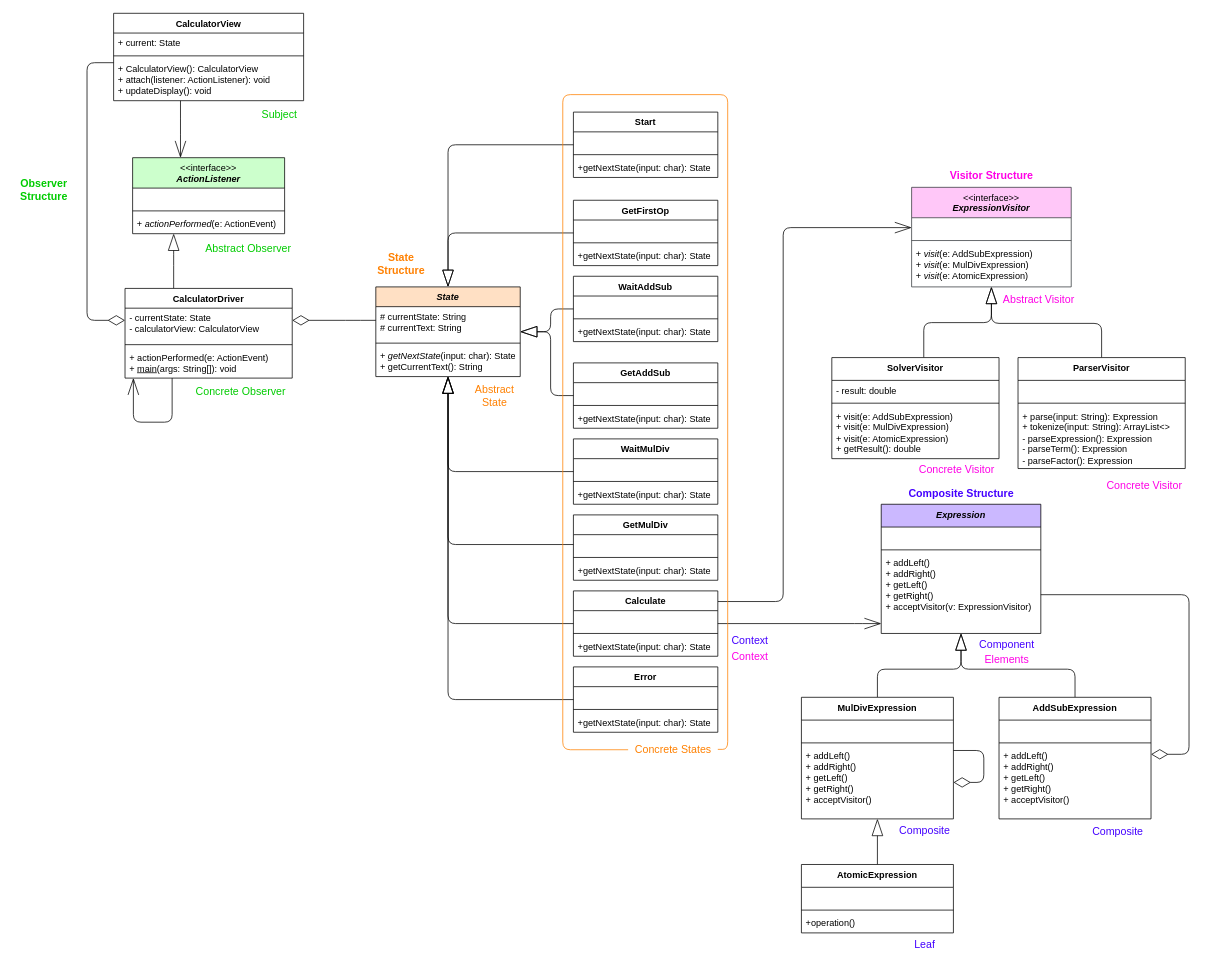
Above: Assignment 4/Calculator Class Diagram.drawio in slamjam02/SE311-Homeworks (draw.io), before the change. Source tidied: cells renumbered, new cells numbered last; positions are measured from the earlier drawing's top-left corner, leaving out a move shared by most shapes. Both pictures are drawn from the tidied source at 76%, with x=0, y=0 at pixel (13, 13).
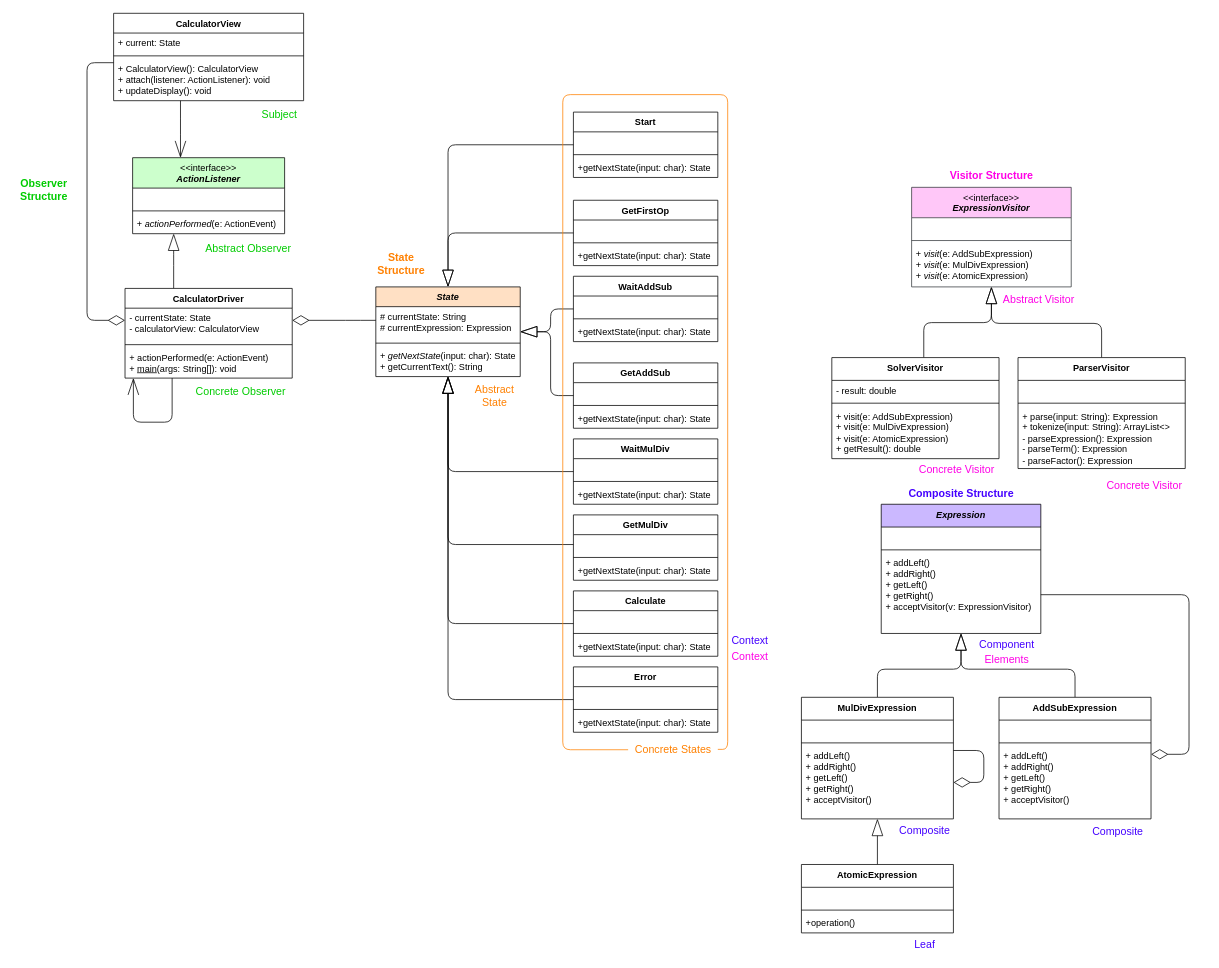
After the change.

The change refers to these unchanged cells:
```xml
<mxCell id="9" value="&lt;i&gt;State&lt;/i&gt;" style="swimlane;fontStyle=1;align=center;verticalAlign=top;horizontal=1;startSize=26;whiteSpace=wrap;html=1;fillColor=#FFE0C4;" parent="1" vertex="1">
  <mxGeometry x="477" y="360" width="190" height="118" as="geometry" />
</mxCell>
<mxCell id="45" value="Calculate" style="swimlane;fontStyle=1;align=center;verticalAlign=top;horizontal=1;startSize=26;whiteSpace=wrap;html=1;" parent="1" vertex="1">
  <mxGeometry x="737" y="760" width="190" height="86" as="geometry" />
</mxCell>
<mxCell id="65" value="&lt;span style=&quot;font-weight: normal;&quot;&gt;&amp;lt;&amp;lt;interface&amp;gt;&amp;gt;&lt;br&gt;&lt;/span&gt;&lt;i&gt;ExpressionVisitor&lt;/i&gt;" style="swimlane;fontStyle=1;align=center;verticalAlign=top;horizontal=1;startSize=40;whiteSpace=wrap;html=1;fillColor=#FFC7F8;strokeColor=#36393d;" parent="1" vertex="1">
  <mxGeometry x="1182" y="229" width="210" height="131" as="geometry" />
</mxCell>
<mxCell id="70" value="&lt;i&gt;Expression&lt;/i&gt;" style="swimlane;fontStyle=1;align=center;verticalAlign=top;horizontal=1;startSize=30;whiteSpace=wrap;html=1;fillColor=#CBB8FF;" parent="1" vertex="1">
  <mxGeometry x="1142" y="646" width="210" height="170" as="geometry" />
</mxCell>
```

Change to the diagram source:
```diff
@@
-    <mxCell id="10" value="# currentState: String&lt;div&gt;# currentText: String&lt;/div&gt;" style="text;strokeColor=none;fillColor=none;align=left;verticalAlign=top;spacingLeft=4;spacingRight=4;overflow=hidden;whiteSpace=wrap;html=1;" parent="9" vertex="1">
+    <mxCell id="10" value="# currentState: String&lt;div&gt;# currentExpression: Expression&lt;/div&gt;" style="text;strokeColor=none;fillColor=none;align=left;verticalAlign=top;spacingLeft=4;spacingRight=4;overflow=hidden;whiteSpace=wrap;html=1;" parent="9" vertex="1">
       <mxGeometry y="26" width="190" height="44" as="geometry" />
     </mxCell>
@@
-    <mxCell id="43" style="edgeStyle=orthogonalEdgeStyle;shape=connector;rounded=1;jettySize=auto;html=1;strokeColor=default;align=center;verticalAlign=middle;fontFamily=Helvetica;fontSize=11;fontColor=default;labelBackgroundColor=default;endArrow=openThin;endFill=0;endSize=20;curved=0;" parent="1" edge="1" source="45" target="70">
-      <mxGeometry relative="1" as="geometry">
-        <Array as="points">
-          <mxPoint x="1107" y="803" />
-          <mxPoint x="1107" y="803" />
-        </Array>
-      </mxGeometry>
-    </mxCell>
-    <mxCell id="44" style="edgeStyle=orthogonalEdgeStyle;shape=connector;rounded=1;jettySize=auto;html=1;strokeColor=default;align=center;verticalAlign=middle;fontFamily=Helvetica;fontSize=11;fontColor=default;labelBackgroundColor=default;endArrow=openThin;endFill=0;endSize=20;curved=0;" parent="1" edge="1" source="45" target="65">
-      <mxGeometry relative="1" as="geometry">
-        <Array as="points">
-          <mxPoint x="1013" y="774" />
-          <mxPoint x="1013" y="282" />
-        </Array>
-      </mxGeometry>
-    </mxCell>
```
